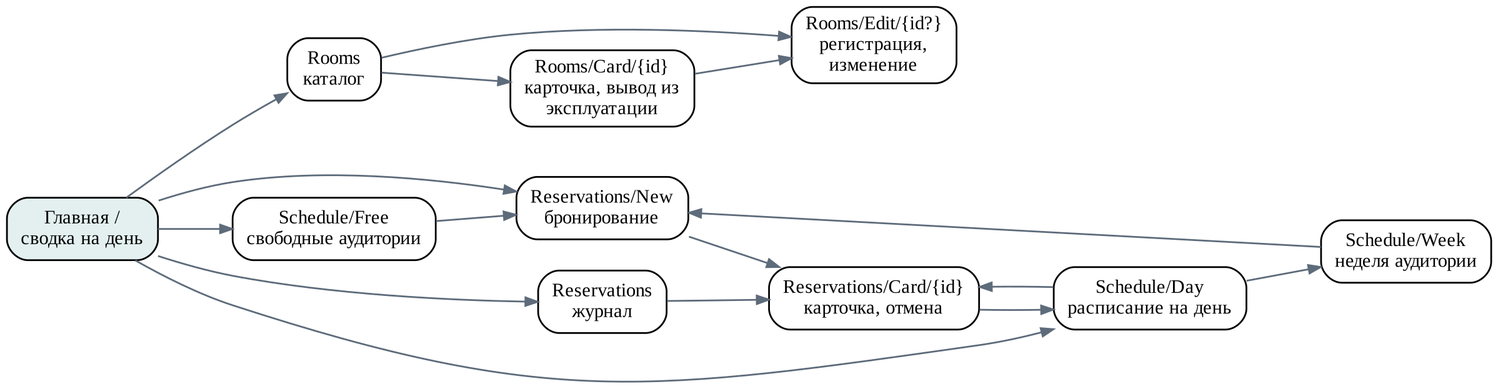
Before: docs/report/diagrams/pages.png, a diagram exported from Graphviz (Black287234/KP-shahin). Its source is kept beside it as docs/report/diagrams/pages.dot. The source it was exported from:
```dot
digraph G {
  graph [rankdir=LR, fontname="Liberation Serif", bgcolor=white, nodesep=0.25, ranksep=0.6];
  node [shape=box, style="rounded,filled", fillcolor="#ffffff", fontname="Liberation Serif", fontsize=11];
  edge [color="#5d6b7a", arrowsize=0.7];
  home [label="Главная /\nсводка на день", fillcolor="#e3f0ef"];
  rooms [label="Rooms\nкаталог"]; rcard [label="Rooms/Card/{id}\nкарточка, вывод из\nэксплуатации"]; redit [label="Rooms/Edit/{id?}\nрегистрация,\nизменение"];
  rnew [label="Reservations/New\nбронирование"]; rlist [label="Reservations\nжурнал"]; rescard [label="Reservations/Card/{id}\nкарточка, отмена"];
  day [label="Schedule/Day\nрасписание на день"]; week [label="Schedule/Week\nнеделя аудитории"]; free [label="Schedule/Free\nсвободные аудитории"];
  home -> rooms; home -> rnew; home -> rlist; home -> day; home -> free;
  rooms -> rcard -> redit; rooms -> redit;
  rnew -> rescard; rlist -> rescard; day -> rescard; day -> week; week -> rnew; free -> rnew; rescard -> day;
}
```
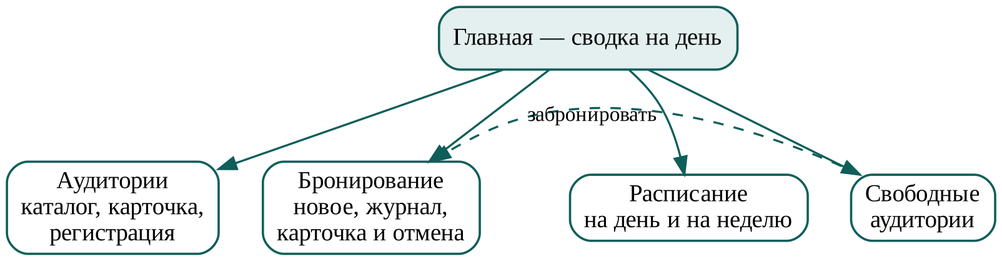
The same file after the commit.

Commit message:
Оформление документов: перенос строк в листингах, ширины столбцов таблиц, нумерованный список источников, упрощённые схемы

Diff of the diagram source:
```diff
@@ -1,12 +1,12 @@
 digraph G {
-  graph [rankdir=LR, fontname="Liberation Serif", bgcolor=white, nodesep=0.25, ranksep=0.6];
-  node [shape=box, style="rounded,filled", fillcolor="#ffffff", fontname="Liberation Serif", fontsize=11];
-  edge [color="#5d6b7a", arrowsize=0.7];
-  home [label="Главная /\nсводка на день", fillcolor="#e3f0ef"];
-  rooms [label="Rooms\nкаталог"]; rcard [label="Rooms/Card/{id}\nкарточка, вывод из\nэксплуатации"]; redit [label="Rooms/Edit/{id?}\nрегистрация,\nизменение"];
-  rnew [label="Reservations/New\nбронирование"]; rlist [label="Reservations\nжурнал"]; rescard [label="Reservations/Card/{id}\nкарточка, отмена"];
-  day [label="Schedule/Day\nрасписание на день"]; week [label="Schedule/Week\nнеделя аудитории"]; free [label="Schedule/Free\nсвободные аудитории"];
-  home -> rooms; home -> rnew; home -> rlist; home -> day; home -> free;
-  rooms -> rcard -> redit; rooms -> redit;
-  rnew -> rescard; rlist -> rescard; day -> rescard; day -> week; week -> rnew; free -> rnew; rescard -> day;
+  graph [rankdir=TB, fontname="Liberation Serif", bgcolor=white, nodesep=0.35, ranksep=0.55];
+  node [shape=box, style="rounded,filled", fillcolor="#ffffff", color="#0f5e5a", penwidth=1.3, fontname="Liberation Serif", fontsize=14];
+  edge [color="#0f5e5a", penwidth=1.2];
+  home [label="Главная — сводка на день", fillcolor="#e3f0ef"];
+  r [label="Аудитории\nкаталог, карточка,\nрегистрация"];
+  b [label="Бронирование\nновое, журнал,\nкарточка и отмена"];
+  s [label="Расписание\nна день и на неделю"];
+  f [label="Свободные\nаудитории"];
+  home -> {r b s f};
+  f -> b [style=dashed, constraint=false, label=" забронировать", fontname="Liberation Serif", fontsize=12];
 }
```
